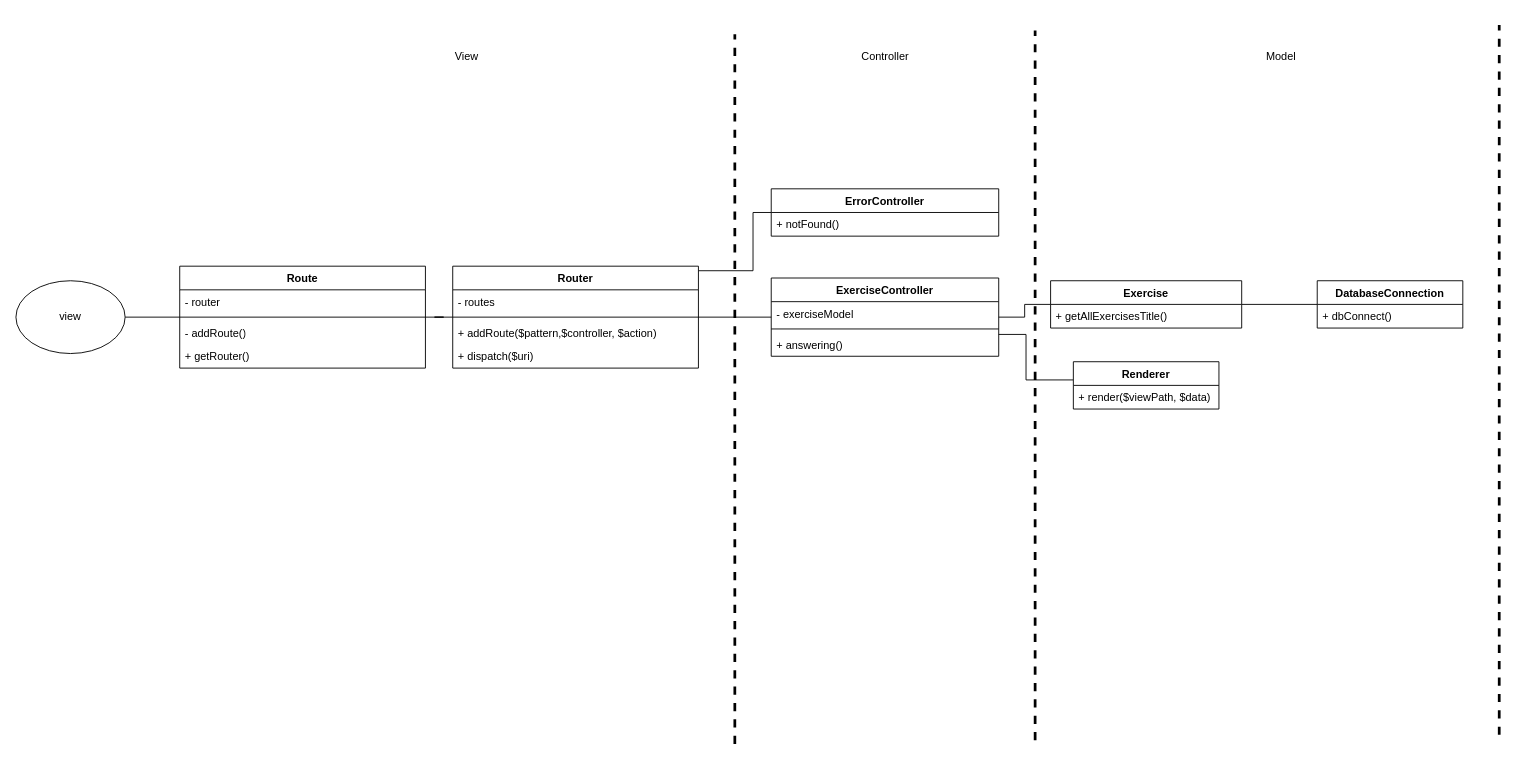
Above: document/classDiagram.drawio in CPNV-ES/MAW11_Mugiwaras_Looper (draw.io), before the change. Source tidied: cells renumbered, new cells numbered last; positions are measured from the earlier drawing's top-left corner, leaving out a move shared by most shapes. Both pictures are drawn from the tidied source at 91%, with x=0, y=0 at pixel (15, 25).
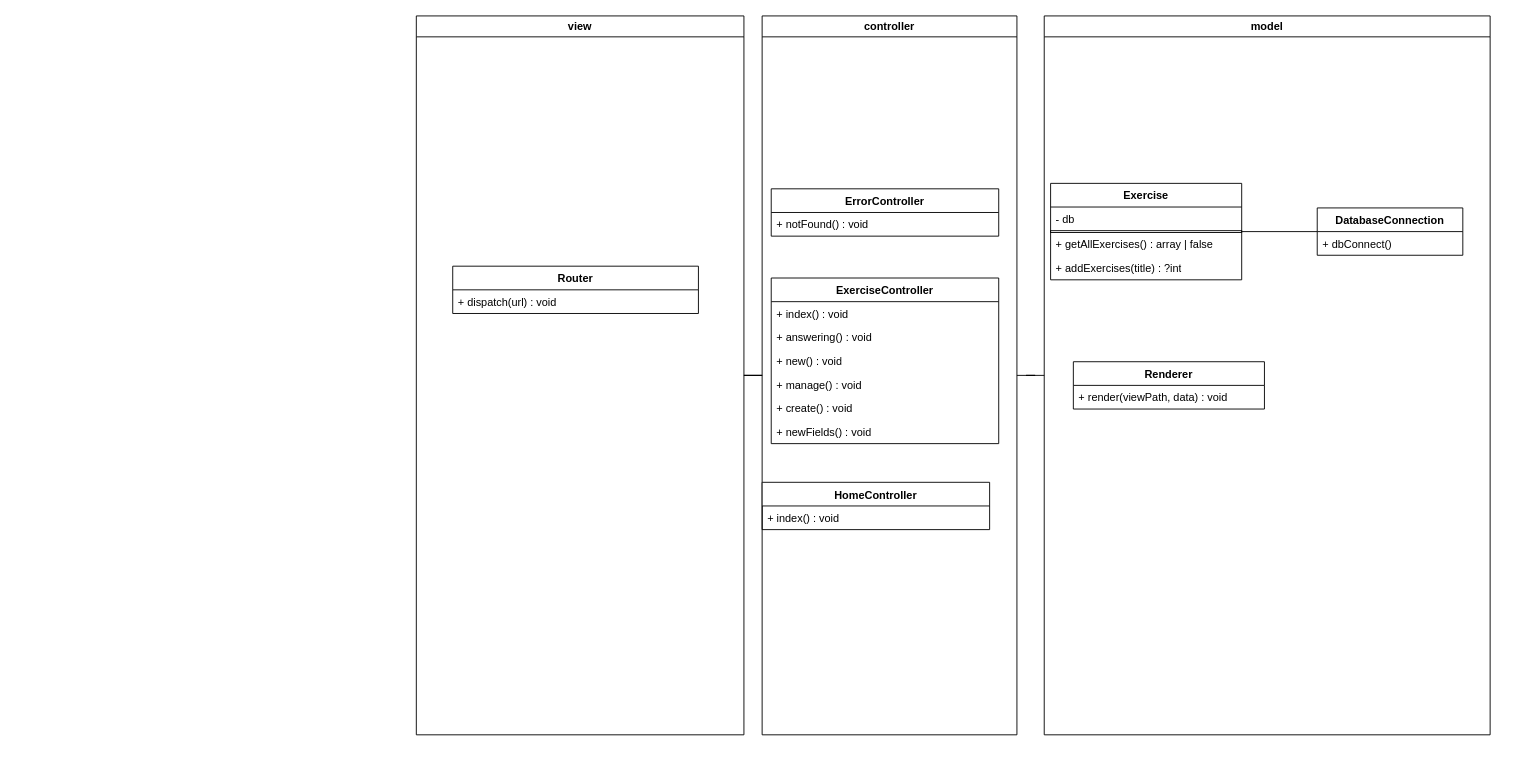
The same page after the edit.

Commit message:
feat : update classDiag with new feature classes

The change refers to these unchanged cells:
```xml
<mxCell id="22" value="ErrorController" style="swimlane;fontStyle=1;align=center;verticalAlign=top;horizontal=1;startSize=26;whiteSpace=wrap;html=1;" parent="1" vertex="1">
  <mxGeometry x="830" y="180" width="250" height="52" as="geometry" />
</mxCell>
```

What changed in the source:
```diff
@@
-    <mxCell id="2" value="DatabaseConnection" style="swimlane;fontStyle=1;align=center;verticalAlign=top;horizontal=1;startSize=26;whiteSpace=wrap;html=1;" parent="1" vertex="1">
-      <mxGeometry x="1430" y="281" width="160" height="52" as="geometry" />
-    </mxCell>
-    <mxCell id="3" value="+&amp;nbsp;dbConnect&lt;span style=&quot;background-color: initial;&quot;&gt;()&lt;/span&gt;" style="text;strokeColor=none;fillColor=none;align=left;verticalAlign=top;spacingLeft=4;spacingRight=4;overflow=hidden;whiteSpace=wrap;html=1;" parent="2" vertex="1">
-      <mxGeometry y="26" width="160" height="26" as="geometry" />
-    </mxCell>
-    <mxCell id="4" style="edgeStyle=orthogonalEdgeStyle;shape=connector;rounded=0;jettySize=auto;html=1;labelBackgroundColor=default;strokeColor=default;align=center;verticalAlign=middle;fontFamily=Helvetica;fontSize=11;fontColor=default;endArrow=none;endFill=0;" parent="1" edge="1" source="5" target="2">
-      <mxGeometry relative="1" as="geometry" />
-    </mxCell>
-    <mxCell id="5" value="Exercise" style="swimlane;fontStyle=1;align=center;verticalAlign=top;horizontal=1;startSize=26;whiteSpace=wrap;html=1;" parent="1" vertex="1">
-      <mxGeometry x="1137" y="281" width="210" height="52" as="geometry" />
-    </mxCell>
-    <mxCell id="6" value="+&amp;nbsp;getAllExercisesTitle&lt;span style=&quot;background-color: initial;&quot;&gt;()&lt;/span&gt;" style="text;strokeColor=none;fillColor=none;align=left;verticalAlign=top;spacingLeft=4;spacingRight=4;overflow=hidden;whiteSpace=wrap;html=1;" parent="5" vertex="1">
-      <mxGeometry y="26" width="210" height="26" as="geometry" />
-    </mxCell>
-    <mxCell id="7" style="edgeStyle=orthogonalEdgeStyle;shape=connector;rounded=0;jettySize=auto;html=1;labelBackgroundColor=default;strokeColor=default;align=center;verticalAlign=middle;fontFamily=Helvetica;fontSize=11;fontColor=default;endArrow=none;endFill=0;" parent="1" edge="1" source="9" target="5">
-      <mxGeometry relative="1" as="geometry" />
-    </mxCell>
-    <mxCell id="8" style="edgeStyle=orthogonalEdgeStyle;shape=connector;rounded=0;jettySize=auto;html=1;labelBackgroundColor=default;strokeColor=default;align=center;verticalAlign=middle;fontFamily=Helvetica;fontSize=11;fontColor=default;endArrow=none;endFill=0;" parent="1" edge="1" source="9" target="24">
-      <mxGeometry relative="1" as="geometry">
-        <Array as="points">
-          <mxPoint x="1110" y="340" />
-          <mxPoint x="1110" y="390" />
-        </Array>
-      </mxGeometry>
-    </mxCell>
     <mxCell id="9" value="ExerciseController" style="swimlane;fontStyle=1;align=center;verticalAlign=top;horizontal=1;startSize=26;whiteSpace=wrap;html=1;" parent="1" vertex="1">
-      <mxGeometry x="830" y="278" width="250" height="86" as="geometry" />
+      <mxGeometry x="830" y="278" width="250" height="182" as="geometry" />
     </mxCell>
-    <mxCell id="10" value="- exerciseModel" style="text;strokeColor=none;fillColor=none;align=left;verticalAlign=top;spacingLeft=4;spacingRight=4;overflow=hidden;whiteSpace=wrap;html=1;" parent="9" vertex="1">
-      <mxGeometry y="26" width="250" height="26" as="geometry" />
-    </mxCell>
-    <mxCell id="11" style="line;strokeWidth=1;fillColor=none;align=left;verticalAlign=middle;spacingTop=-1;spacingLeft=3;spacingRight=3;labelPosition=right;strokeColor=inherit;" parent="9" vertex="1">
-      <mxGeometry y="52" width="250" height="8" as="geometry" />
-    </mxCell>
-    <mxCell id="12" value="+ answering()" style="text;strokeColor=none;fillColor=none;align=left;verticalAlign=top;spacingLeft=4;spacingRight=4;overflow=hidden;whiteSpace=wrap;html=1;" parent="9" vertex="1">
-      <mxGeometry y="60" width="250" height="26" as="geometry" />
+    <mxCell id="12" value="+ index() : void" style="text;strokeColor=none;fillColor=none;align=left;verticalAlign=top;spacingLeft=4;spacingRight=4;overflow=hidden;whiteSpace=wrap;html=1;" parent="9" vertex="1">
+      <mxGeometry y="26" width="250" height="26" as="geometry" />
     </mxCell>
-    <mxCell id="13" style="edgeStyle=orthogonalEdgeStyle;rounded=0;jettySize=auto;html=1;endArrow=none;endFill=0;" parent="1" edge="1" source="14" target="27">
-      <mxGeometry relative="1" as="geometry" />
-    </mxCell>
-    <mxCell id="14" value="view" style="ellipse;whiteSpace=wrap;html=1;" parent="1" vertex="1">
-      <mxGeometry y="281" width="120" height="80" as="geometry" />
-    </mxCell>
-    <mxCell id="15" style="edgeStyle=orthogonalEdgeStyle;rounded=0;jettySize=auto;html=1;endArrow=none;endFill=0;" parent="1" edge="1" source="17" target="9">
-      <mxGeometry relative="1" as="geometry" />
-    </mxCell>
-    <mxCell id="16" style="edgeStyle=orthogonalEdgeStyle;shape=connector;rounded=0;jettySize=auto;html=1;labelBackgroundColor=default;strokeColor=default;align=center;verticalAlign=middle;fontFamily=Helvetica;fontSize=11;fontColor=default;endArrow=none;endFill=0;" parent="1" edge="1" source="17" target="22">
-      <mxGeometry relative="1" as="geometry">
-        <Array as="points">
-          <mxPoint x="810" y="270" />
-          <mxPoint x="810" y="206" />
-        </Array>
-      </mxGeometry>
-    </mxCell>
+    <mxCell id="38" value="+ answering() : void" style="text;strokeColor=none;fillColor=none;align=left;verticalAlign=top;spacingLeft=4;spacingRight=4;overflow=hidden;whiteSpace=wrap;html=1;" parent="9" vertex="1">
+      <mxGeometry y="52" width="250" height="26" as="geometry" />
+    </mxCell>
+    <mxCell id="39" value="+ new()&amp;nbsp;: void" style="text;strokeColor=none;fillColor=none;align=left;verticalAlign=top;spacingLeft=4;spacingRight=4;overflow=hidden;whiteSpace=wrap;html=1;" parent="9" vertex="1">
+      <mxGeometry y="78" width="250" height="26" as="geometry" />
+    </mxCell>
+    <mxCell id="40" value="+ manage()&amp;nbsp;: void" style="text;strokeColor=none;fillColor=none;align=left;verticalAlign=top;spacingLeft=4;spacingRight=4;overflow=hidden;whiteSpace=wrap;html=1;" parent="9" vertex="1">
+      <mxGeometry y="104" width="250" height="26" as="geometry" />
+    </mxCell>
+    <mxCell id="41" value="+ create()&amp;nbsp;: void" style="text;strokeColor=none;fillColor=none;align=left;verticalAlign=top;spacingLeft=4;spacingRight=4;overflow=hidden;whiteSpace=wrap;html=1;" parent="9" vertex="1">
+      <mxGeometry y="130" width="250" height="26" as="geometry" />
+    </mxCell>
+    <mxCell id="42" value="+ newFields()&amp;nbsp;: void" style="text;strokeColor=none;fillColor=none;align=left;verticalAlign=top;spacingLeft=4;spacingRight=4;overflow=hidden;whiteSpace=wrap;html=1;" parent="9" vertex="1">
+      <mxGeometry y="156" width="250" height="26" as="geometry" />
+    </mxCell>
     <mxCell id="17" value="Router" style="swimlane;fontStyle=1;align=center;verticalAlign=top;horizontal=1;startSize=26;whiteSpace=wrap;html=1;" parent="1" vertex="1">
-      <mxGeometry x="480" y="265" width="270" height="112" as="geometry" />
+      <mxGeometry x="480" y="265" width="270" height="52" as="geometry" />
     </mxCell>
-    <mxCell id="18" value="- routes" style="text;strokeColor=none;fillColor=none;align=left;verticalAlign=top;spacingLeft=4;spacingRight=4;overflow=hidden;whiteSpace=wrap;html=1;" parent="17" vertex="1">
-      <mxGeometry y="26" width="270" height="26" as="geometry" />
-    </mxCell>
-    <mxCell id="19" style="line;strokeWidth=1;fillColor=none;align=left;verticalAlign=middle;spacingTop=-1;spacingLeft=3;spacingRight=3;labelPosition=right;strokeColor=inherit;" parent="17" vertex="1">
-      <mxGeometry y="52" width="270" height="8" as="geometry" />
-    </mxCell>
-    <mxCell id="20" value="+ addRoute($pattern,$controller, $action)" style="text;strokeColor=none;fillColor=none;align=left;verticalAlign=top;spacingLeft=4;spacingRight=4;overflow=hidden;whiteSpace=wrap;html=1;" parent="17" vertex="1">
-      <mxGeometry y="60" width="270" height="26" as="geometry" />
+    <mxCell id="20" value="+ dispatch(url) : void" style="text;strokeColor=none;fillColor=none;align=left;verticalAlign=top;spacingLeft=4;spacingRight=4;overflow=hidden;whiteSpace=wrap;html=1;" parent="17" vertex="1">
+      <mxGeometry y="26" width="270" height="26" as="geometry" />
     </mxCell>
-    <mxCell id="21" value="+ dispatch($uri)" style="text;strokeColor=none;fillColor=none;align=left;verticalAlign=top;spacingLeft=4;spacingRight=4;overflow=hidden;whiteSpace=wrap;html=1;" parent="17" vertex="1">
-      <mxGeometry y="86" width="270" height="26" as="geometry" />
-    </mxCell>
@@
-    <mxCell id="23" value="+ notFound()" style="text;strokeColor=none;fillColor=none;align=left;verticalAlign=top;spacingLeft=4;spacingRight=4;overflow=hidden;whiteSpace=wrap;html=1;" parent="22" vertex="1">
+    <mxCell id="23" value="+ notFound() : void" style="text;strokeColor=none;fillColor=none;align=left;verticalAlign=top;spacingLeft=4;spacingRight=4;overflow=hidden;whiteSpace=wrap;html=1;" parent="22" vertex="1">
       <mxGeometry y="26" width="250" height="26" as="geometry" />
     </mxCell>
     <mxCell id="24" value="Renderer" style="swimlane;fontStyle=1;align=center;verticalAlign=top;horizontal=1;startSize=26;whiteSpace=wrap;html=1;" parent="1" vertex="1">
-      <mxGeometry x="1162" y="370" width="160" height="52" as="geometry" />
+      <mxGeometry x="1162" y="370" width="210" height="52" as="geometry" />
     </mxCell>
-    <mxCell id="25" value="+ render($viewPath, $data)" style="text;strokeColor=none;fillColor=none;align=left;verticalAlign=top;spacingLeft=4;spacingRight=4;overflow=hidden;whiteSpace=wrap;html=1;" parent="24" vertex="1">
-      <mxGeometry y="26" width="160" height="26" as="geometry" />
+    <mxCell id="25" value="+ render(viewPath, data) : void" style="text;strokeColor=none;fillColor=none;align=left;verticalAlign=top;spacingLeft=4;spacingRight=4;overflow=hidden;whiteSpace=wrap;html=1;" parent="24" vertex="1">
+      <mxGeometry y="26" width="210" height="26" as="geometry" />
     </mxCell>
-    <mxCell id="26" style="edgeStyle=orthogonalEdgeStyle;rounded=0;jettySize=auto;html=1;endArrow=none;endFill=0;" parent="1" edge="1" source="27" target="17">
-      <mxGeometry relative="1" as="geometry" />
-    </mxCell>
-    <mxCell id="27" value="Route" style="swimlane;fontStyle=1;align=center;verticalAlign=top;horizontal=1;startSize=26;whiteSpace=wrap;html=1;" parent="1" vertex="1">
-      <mxGeometry x="180" y="265" width="270" height="112" as="geometry" />
-    </mxCell>
-    <mxCell id="28" value="- router" style="text;strokeColor=none;fillColor=none;align=left;verticalAlign=top;spacingLeft=4;spacingRight=4;overflow=hidden;whiteSpace=wrap;html=1;" parent="27" vertex="1">
-      <mxGeometry y="26" width="270" height="26" as="geometry" />
-    </mxCell>
-    <mxCell id="29" style="line;strokeWidth=1;fillColor=none;align=left;verticalAlign=middle;spacingTop=-1;spacingLeft=3;spacingRight=3;labelPosition=right;strokeColor=inherit;" parent="27" vertex="1">
-      <mxGeometry y="52" width="270" height="8" as="geometry" />
-    </mxCell>
-    <mxCell id="30" value="- addRoute()" style="text;strokeColor=none;fillColor=none;align=left;verticalAlign=top;spacingLeft=4;spacingRight=4;overflow=hidden;whiteSpace=wrap;html=1;" parent="27" vertex="1">
-      <mxGeometry y="60" width="270" height="26" as="geometry" />
-    </mxCell>
-    <mxCell id="31" value="+ getRouter()" style="text;strokeColor=none;fillColor=none;align=left;verticalAlign=top;spacingLeft=4;spacingRight=4;overflow=hidden;whiteSpace=wrap;html=1;" parent="27" vertex="1">
-      <mxGeometry y="86" width="270" height="26" as="geometry" />
-    </mxCell>
-    <mxCell id="32" style="endArrow=none;dashed=1;html=1;rounded=0;strokeWidth=3;" parent="1" edge="1">
-      <mxGeometry relative="1" as="geometry">
-        <mxPoint x="790" y="790" as="sourcePoint" />
-        <mxPoint x="790" y="10" as="targetPoint" />
-      </mxGeometry>
-    </mxCell>
-    <mxCell id="33" style="endArrow=none;dashed=1;html=1;rounded=0;strokeWidth=3;" parent="1" edge="1">
-      <mxGeometry relative="1" as="geometry">
-        <mxPoint x="1120" y="786" as="sourcePoint" />
-        <mxPoint x="1120" y="6" as="targetPoint" />
-      </mxGeometry>
-    </mxCell>
-    <mxCell id="34" style="endArrow=none;dashed=1;html=1;rounded=0;strokeWidth=3;" parent="1" edge="1">
-      <mxGeometry relative="1" as="geometry">
-        <mxPoint x="1630" y="780" as="sourcePoint" />
-        <mxPoint x="1630" as="targetPoint" />
-      </mxGeometry>
-    </mxCell>
-    <mxCell id="35" value="Model" style="text;html=1;align=center;verticalAlign=middle;strokeColor=none;fillColor=none;" parent="1" vertex="1">
-      <mxGeometry x="1360" y="20" width="60" height="30" as="geometry" />
-    </mxCell>
-    <mxCell id="36" value="Controller" style="text;html=1;align=center;verticalAlign=middle;strokeColor=none;fillColor=none;" parent="1" vertex="1">
-      <mxGeometry x="915" y="20" width="80" height="30" as="geometry" />
-    </mxCell>
-    <mxCell id="37" value="View" style="text;html=1;align=center;verticalAlign=middle;strokeColor=none;fillColor=none;" parent="1" vertex="1">
-      <mxGeometry x="470" y="20" width="50" height="30" as="geometry" />
-    </mxCell>
+    <mxCell id="43" style="edgeStyle=orthogonalEdgeStyle;rounded=0;jettySize=auto;html=1;endArrow=none;endFill=0;" parent="1" edge="1" source="14" target="45">
+      <mxGeometry relative="1" as="geometry" />
+    </mxCell>
+    <mxCell id="14" value="view" style="swimlane;whiteSpace=wrap;html=1;" parent="1" vertex="1">
+      <mxGeometry x="440" y="-10" width="360" height="790" as="geometry" />
+    </mxCell>
+    <mxCell id="44" style="edgeStyle=orthogonalEdgeStyle;shape=connector;rounded=0;jettySize=auto;html=1;labelBackgroundColor=default;strokeColor=default;fontFamily=Helvetica;fontSize=11;fontColor=default;endArrow=none;endFill=0;" parent="1" edge="1" source="45" target="48">
+      <mxGeometry relative="1" as="geometry" />
+    </mxCell>
+    <mxCell id="45" value="controller" style="swimlane;whiteSpace=wrap;html=1;startSize=23;" parent="1" vertex="1">
+      <mxGeometry x="820" y="-10" width="280" height="790" as="geometry" />
+    </mxCell>
+    <mxCell id="46" value="HomeController" style="swimlane;fontStyle=1;align=center;verticalAlign=top;horizontal=1;startSize=26;whiteSpace=wrap;html=1;" parent="45" vertex="1">
+      <mxGeometry y="512.5" width="250" height="52" as="geometry" />
+    </mxCell>
+    <mxCell id="47" value="+ index()&amp;nbsp;: void" style="text;strokeColor=none;fillColor=none;align=left;verticalAlign=top;spacingLeft=4;spacingRight=4;overflow=hidden;whiteSpace=wrap;html=1;" parent="46" vertex="1">
+      <mxGeometry y="26" width="250" height="26" as="geometry" />
+    </mxCell>
+    <mxCell id="48" value="model" style="swimlane;whiteSpace=wrap;html=1;startSize=23;" parent="1" vertex="1">
+      <mxGeometry x="1130" y="-10" width="490" height="790" as="geometry" />
+    </mxCell>
+    <mxCell id="5" value="Exercise" style="swimlane;fontStyle=1;align=center;verticalAlign=top;horizontal=1;startSize=26;whiteSpace=wrap;html=1;" parent="48" vertex="1">
+      <mxGeometry x="7" y="184" width="210" height="106" as="geometry" />
+    </mxCell>
+    <mxCell id="6" value="- db" style="text;strokeColor=none;fillColor=none;align=left;verticalAlign=top;spacingLeft=4;spacingRight=4;overflow=hidden;whiteSpace=wrap;html=1;" parent="5" vertex="1">
+      <mxGeometry y="26" width="210" height="26" as="geometry" />
+    </mxCell>
+    <mxCell id="49" style="text;strokeColor=default;fillColor=none;align=left;verticalAlign=top;spacingLeft=4;spacingRight=4;overflow=hidden;whiteSpace=wrap;html=1;" parent="5" vertex="1">
+      <mxGeometry y="52" width="210" height="2" as="geometry" />
+    </mxCell>
+    <mxCell id="50" value="+&amp;nbsp;getAllExercises&lt;span style=&quot;background-color: initial;&quot;&gt;() : array | false&lt;/span&gt;" style="text;strokeColor=none;fillColor=none;align=left;verticalAlign=top;spacingLeft=4;spacingRight=4;overflow=hidden;whiteSpace=wrap;html=1;" parent="5" vertex="1">
+      <mxGeometry y="54" width="210" height="26" as="geometry" />
+    </mxCell>
+    <mxCell id="51" value="+&amp;nbsp;addExercises&lt;span style=&quot;background-color: initial;&quot;&gt;(title) : ?int&lt;/span&gt;" style="text;strokeColor=none;fillColor=none;align=left;verticalAlign=top;spacingLeft=4;spacingRight=4;overflow=hidden;whiteSpace=wrap;html=1;" parent="5" vertex="1">
+      <mxGeometry y="80" width="210" height="26" as="geometry" />
+    </mxCell>
+    <mxCell id="2" value="DatabaseConnection" style="swimlane;fontStyle=1;align=center;verticalAlign=top;horizontal=1;startSize=26;whiteSpace=wrap;html=1;" parent="48" vertex="1">
+      <mxGeometry x="300" y="211" width="160" height="52" as="geometry" />
+    </mxCell>
+    <mxCell id="3" value="+&amp;nbsp;dbConnect&lt;span style=&quot;background-color: initial;&quot;&gt;()&lt;/span&gt;" style="text;strokeColor=none;fillColor=none;align=left;verticalAlign=top;spacingLeft=4;spacingRight=4;overflow=hidden;whiteSpace=wrap;html=1;" parent="2" vertex="1">
+      <mxGeometry y="26" width="160" height="26" as="geometry" />
+    </mxCell>
+    <mxCell id="4" style="edgeStyle=orthogonalEdgeStyle;shape=connector;rounded=0;jettySize=auto;html=1;labelBackgroundColor=default;strokeColor=default;align=center;verticalAlign=middle;fontFamily=Helvetica;fontSize=11;fontColor=default;endArrow=none;endFill=0;" parent="48" edge="1" source="5" target="2">
+      <mxGeometry relative="1" as="geometry" />
+    </mxCell>
```
